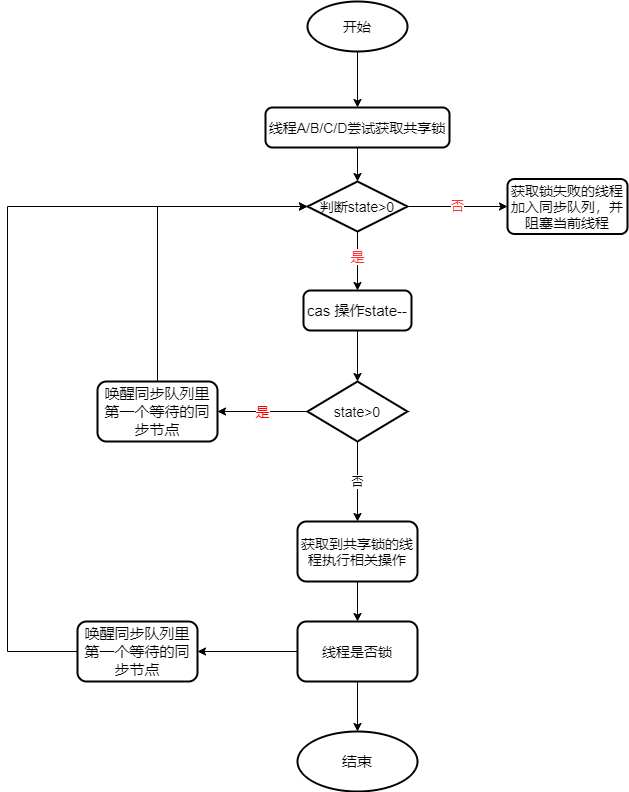
This is 共享锁获取流程图.drawio.png from weirjiang/blog.github.io, a draw.io export, as it was before one commit. Source tidied: cells renumbered, new cells last; positions are measured from the earlier drawing's top-left corner, leaving out a move shared by most shapes. Source of this version:
```xml
<mxGraphModel>
  <root>
    <mxCell id="0" />
    <mxCell id="1" parent="0" />
    <mxCell id="2" style="edgeStyle=orthogonalEdgeStyle;rounded=0;jettySize=auto;html=1;" parent="1" edge="1" source="3" target="5">
      <mxGeometry relative="1" as="geometry" />
    </mxCell>
    <mxCell id="3" value="&lt;font style=&quot;font-size: 14px&quot;&gt;开始&lt;/font&gt;" style="strokeWidth=2;html=1;shape=mxgraph.flowchart.start_2;whiteSpace=wrap;" parent="1" vertex="1">
      <mxGeometry x="300" width="100" height="50" as="geometry" />
    </mxCell>
    <mxCell id="4" style="edgeStyle=orthogonalEdgeStyle;rounded=0;jettySize=auto;html=1;" parent="1" edge="1" source="5" target="10">
      <mxGeometry relative="1" as="geometry" />
    </mxCell>
    <mxCell id="5" value="&lt;font style=&quot;font-size: 14px&quot;&gt;线程A/B/C/D尝试获取共享锁&lt;/font&gt;" style="rounded=1;whiteSpace=wrap;html=1;absoluteArcSize=1;arcSize=14;strokeWidth=2;" parent="1" vertex="1">
      <mxGeometry x="258" y="106" width="184" height="40" as="geometry" />
    </mxCell>
    <mxCell id="6" value="是" style="edgeStyle=orthogonalEdgeStyle;rounded=0;jettySize=auto;html=1;fontSize=14;fontColor=#FF3333;" parent="1" edge="1" target="8">
      <mxGeometry relative="1" as="geometry">
        <mxPoint x="350" y="220" as="sourcePoint" />
      </mxGeometry>
    </mxCell>
    <mxCell id="7" style="edgeStyle=orthogonalEdgeStyle;rounded=0;jettySize=auto;html=1;" parent="1" edge="1" source="8">
      <mxGeometry relative="1" as="geometry">
        <mxPoint x="350" y="380" as="targetPoint" />
      </mxGeometry>
    </mxCell>
    <mxCell id="8" value="&lt;font style=&quot;font-size: 15px&quot;&gt;cas&amp;nbsp;操作state--&lt;/font&gt;" style="rounded=1;whiteSpace=wrap;html=1;absoluteArcSize=1;arcSize=14;strokeWidth=2;" parent="1" vertex="1">
      <mxGeometry x="296" y="289" width="108" height="40" as="geometry" />
    </mxCell>
    <mxCell id="9" value="否" style="edgeStyle=orthogonalEdgeStyle;rounded=0;jettySize=auto;html=1;fontSize=13;fontColor=#FF3333;" parent="1" edge="1" source="10" target="11">
      <mxGeometry relative="1" as="geometry" />
    </mxCell>
    <mxCell id="10" value="&lt;font style=&quot;font-size: 14px&quot;&gt;判断state&amp;gt;0&lt;/font&gt;" style="strokeWidth=2;html=1;shape=mxgraph.flowchart.decision;whiteSpace=wrap;" parent="1" vertex="1">
      <mxGeometry x="300" y="180" width="100" height="50" as="geometry" />
    </mxCell>
    <mxCell id="11" value="&lt;font style=&quot;font-size: 14px&quot;&gt;获取锁失败的线程加入同步队列，并阻塞当前线程&lt;/font&gt;" style="rounded=1;whiteSpace=wrap;html=1;absoluteArcSize=1;arcSize=14;strokeWidth=2;" parent="1" vertex="1">
      <mxGeometry x="500" y="177.5" width="120" height="55" as="geometry" />
    </mxCell>
    <mxCell id="12" value="是" style="edgeStyle=orthogonalEdgeStyle;rounded=0;jettySize=auto;html=1;fontSize=14;fontColor=#FF0000;" parent="1" edge="1" source="14" target="16">
      <mxGeometry relative="1" as="geometry" />
    </mxCell>
    <mxCell id="13" value="否" style="edgeStyle=orthogonalEdgeStyle;rounded=0;jettySize=auto;html=1;" parent="1" edge="1" source="14" target="18">
      <mxGeometry relative="1" as="geometry" />
    </mxCell>
    <mxCell id="14" value="&lt;font style=&quot;font-size: 14px&quot;&gt;state&amp;gt;0&lt;/font&gt;" style="strokeWidth=2;html=1;shape=mxgraph.flowchart.decision;whiteSpace=wrap;" parent="1" vertex="1">
      <mxGeometry x="300" y="380" width="100" height="60" as="geometry" />
    </mxCell>
    <mxCell id="15" style="edgeStyle=orthogonalEdgeStyle;rounded=0;jettySize=auto;html=1;entryX=0;entryY=0.5;entryDx=0;entryDy=0;entryPerimeter=0;" parent="1" edge="1" source="16" target="10">
      <mxGeometry relative="1" as="geometry">
        <Array as="points">
          <mxPoint x="150" y="205" />
        </Array>
      </mxGeometry>
    </mxCell>
    <mxCell id="16" value="&lt;font style=&quot;font-size: 15px&quot;&gt;唤醒同步队列里第一个等待的同步节点&lt;/font&gt;" style="whiteSpace=wrap;html=1;strokeWidth=2;rounded=1;" parent="1" vertex="1">
      <mxGeometry x="90" y="380" width="120" height="60" as="geometry" />
    </mxCell>
    <mxCell id="17" style="edgeStyle=orthogonalEdgeStyle;rounded=0;jettySize=auto;html=1;" parent="1" edge="1" source="18" target="21">
      <mxGeometry relative="1" as="geometry" />
    </mxCell>
    <mxCell id="18" value="&lt;font style=&quot;font-size: 14px&quot;&gt;获取到共享锁的线程执行相关操作&lt;/font&gt;" style="whiteSpace=wrap;html=1;strokeWidth=2;rounded=1;glass=0;sketch=0;shadow=0;" parent="1" vertex="1">
      <mxGeometry x="290" y="520" width="120" height="60" as="geometry" />
    </mxCell>
    <mxCell id="19" style="edgeStyle=orthogonalEdgeStyle;rounded=0;jettySize=auto;html=1;" parent="1" edge="1" source="21" target="23">
      <mxGeometry relative="1" as="geometry" />
    </mxCell>
    <mxCell id="20" style="edgeStyle=orthogonalEdgeStyle;rounded=0;jettySize=auto;html=1;" parent="1" edge="1" source="21" target="24">
      <mxGeometry relative="1" as="geometry" />
    </mxCell>
    <mxCell id="21" value="&lt;font style=&quot;font-size: 14px&quot;&gt;线程是否锁&lt;/font&gt;" style="whiteSpace=wrap;html=1;rounded=1;shadow=0;strokeWidth=2;glass=0;sketch=0;" parent="1" vertex="1">
      <mxGeometry x="290" y="620" width="120" height="60" as="geometry" />
    </mxCell>
    <mxCell id="22" style="edgeStyle=orthogonalEdgeStyle;rounded=0;jettySize=auto;html=1;entryX=0;entryY=0.5;entryDx=0;entryDy=0;entryPerimeter=0;" parent="1" edge="1" source="23" target="10">
      <mxGeometry relative="1" as="geometry">
        <Array as="points">
          <mxPoint y="650" />
          <mxPoint y="205" />
        </Array>
      </mxGeometry>
    </mxCell>
    <mxCell id="23" value="&lt;span&gt;&lt;font style=&quot;font-size: 15px&quot;&gt;唤醒同步队列里第一个等待的同步节点&lt;/font&gt;&lt;/span&gt;" style="rounded=1;whiteSpace=wrap;html=1;shadow=0;strokeWidth=2;glass=0;sketch=0;" parent="1" vertex="1">
      <mxGeometry x="70" y="620" width="120" height="60" as="geometry" />
    </mxCell>
    <mxCell id="24" value="&lt;font style=&quot;font-size: 15px&quot;&gt;结束&lt;/font&gt;" style="ellipse;whiteSpace=wrap;html=1;rounded=1;shadow=0;strokeWidth=2;glass=0;sketch=0;" parent="1" vertex="1">
      <mxGeometry x="290" y="730" width="120" height="60" as="geometry" />
    </mxCell>
  </root>
</mxGraphModel>
```
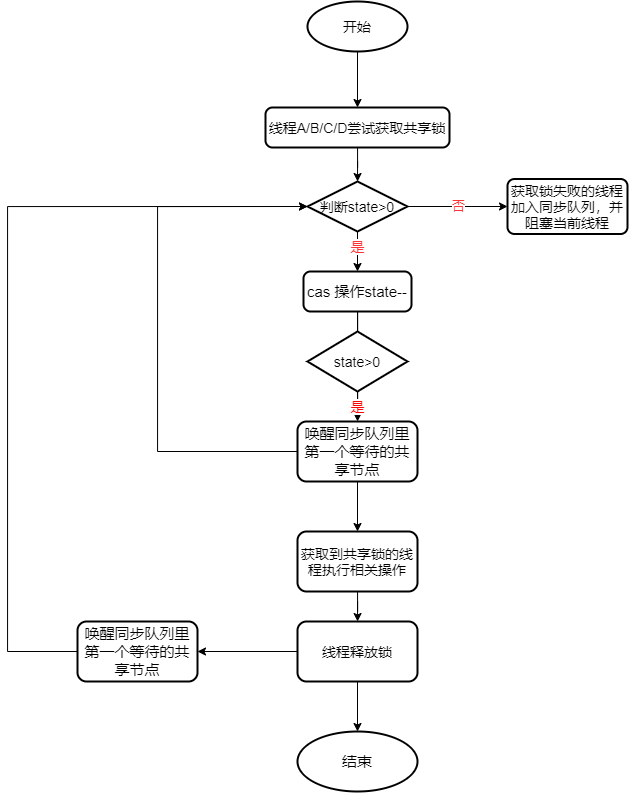
After the change.

Commit message:
更新共享锁获取流程图.drawio.png

The edit, as a diff of the source:
```diff
@@ -19,13 +19,13 @@
         <mxPoint x="350" y="220" as="sourcePoint" />
       </mxGeometry>
     </mxCell>
-    <mxCell id="7" style="edgeStyle=orthogonalEdgeStyle;rounded=0;jettySize=auto;html=1;" parent="1" edge="1" source="8">
+    <mxCell id="7" style="edgeStyle=orthogonalEdgeStyle;rounded=0;jettySize=auto;html=1;startArrow=none;" parent="1" edge="1" source="14">
       <mxGeometry relative="1" as="geometry">
         <mxPoint x="350" y="380" as="targetPoint" />
       </mxGeometry>
     </mxCell>
     <mxCell id="8" value="&lt;font style=&quot;font-size: 15px&quot;&gt;cas&amp;nbsp;操作state--&lt;/font&gt;" style="rounded=1;whiteSpace=wrap;html=1;absoluteArcSize=1;arcSize=14;strokeWidth=2;" parent="1" vertex="1">
-      <mxGeometry x="296" y="289" width="108" height="40" as="geometry" />
+      <mxGeometry x="296" y="270" width="108" height="40" as="geometry" />
     </mxCell>
     <mxCell id="9" value="否" style="edgeStyle=orthogonalEdgeStyle;rounded=0;jettySize=auto;html=1;fontSize=13;fontColor=#FF3333;" parent="1" edge="1" source="10" target="11">
       <mxGeometry relative="1" as="geometry" />
@@ -39,12 +39,6 @@
     <mxCell id="12" value="是" style="edgeStyle=orthogonalEdgeStyle;rounded=0;jettySize=auto;html=1;fontSize=14;fontColor=#FF0000;" parent="1" edge="1" source="14" target="16">
       <mxGeometry relative="1" as="geometry" />
     </mxCell>
-    <mxCell id="13" value="否" style="edgeStyle=orthogonalEdgeStyle;rounded=0;jettySize=auto;html=1;" parent="1" edge="1" source="14" target="18">
-      <mxGeometry relative="1" as="geometry" />
-    </mxCell>
-    <mxCell id="14" value="&lt;font style=&quot;font-size: 14px&quot;&gt;state&amp;gt;0&lt;/font&gt;" style="strokeWidth=2;html=1;shape=mxgraph.flowchart.decision;whiteSpace=wrap;" parent="1" vertex="1">
-      <mxGeometry x="300" y="380" width="100" height="60" as="geometry" />
-    </mxCell>
     <mxCell id="15" style="edgeStyle=orthogonalEdgeStyle;rounded=0;jettySize=auto;html=1;entryX=0;entryY=0.5;entryDx=0;entryDy=0;entryPerimeter=0;" parent="1" edge="1" source="16" target="10">
       <mxGeometry relative="1" as="geometry">
         <Array as="points">
@@ -52,14 +46,17 @@
         </Array>
       </mxGeometry>
     </mxCell>
+    <mxCell id="25" style="edgeStyle=orthogonalEdgeStyle;rounded=0;jettySize=auto;html=1;" parent="1" edge="1" source="16" target="18">
+      <mxGeometry relative="1" as="geometry" />
+    </mxCell>
-    <mxCell id="16" value="&lt;font style=&quot;font-size: 15px&quot;&gt;唤醒同步队列里第一个等待的同步节点&lt;/font&gt;" style="whiteSpace=wrap;html=1;strokeWidth=2;rounded=1;" parent="1" vertex="1">
-      <mxGeometry x="90" y="380" width="120" height="60" as="geometry" />
+    <mxCell id="16" value="&lt;font style=&quot;font-size: 15px&quot;&gt;唤醒同步队列里第一个等待的共享节点&lt;/font&gt;" style="whiteSpace=wrap;html=1;strokeWidth=2;rounded=1;" parent="1" vertex="1">
+      <mxGeometry x="290" y="420" width="120" height="60" as="geometry" />
     </mxCell>
     <mxCell id="17" style="edgeStyle=orthogonalEdgeStyle;rounded=0;jettySize=auto;html=1;" parent="1" edge="1" source="18" target="21">
       <mxGeometry relative="1" as="geometry" />
     </mxCell>
     <mxCell id="18" value="&lt;font style=&quot;font-size: 14px&quot;&gt;获取到共享锁的线程执行相关操作&lt;/font&gt;" style="whiteSpace=wrap;html=1;strokeWidth=2;rounded=1;glass=0;sketch=0;shadow=0;" parent="1" vertex="1">
-      <mxGeometry x="290" y="520" width="120" height="60" as="geometry" />
+      <mxGeometry x="290" y="530" width="120" height="60" as="geometry" />
     </mxCell>
     <mxCell id="19" style="edgeStyle=orthogonalEdgeStyle;rounded=0;jettySize=auto;html=1;" parent="1" edge="1" source="21" target="23">
       <mxGeometry relative="1" as="geometry" />
@@ -67,7 +64,7 @@
     <mxCell id="20" style="edgeStyle=orthogonalEdgeStyle;rounded=0;jettySize=auto;html=1;" parent="1" edge="1" source="21" target="24">
       <mxGeometry relative="1" as="geometry" />
     </mxCell>
-    <mxCell id="21" value="&lt;font style=&quot;font-size: 14px&quot;&gt;线程是否锁&lt;/font&gt;" style="whiteSpace=wrap;html=1;rounded=1;shadow=0;strokeWidth=2;glass=0;sketch=0;" parent="1" vertex="1">
+    <mxCell id="21" value="&lt;font style=&quot;font-size: 14px&quot;&gt;线程释放锁&lt;/font&gt;" style="whiteSpace=wrap;html=1;rounded=1;shadow=0;strokeWidth=2;glass=0;sketch=0;" parent="1" vertex="1">
       <mxGeometry x="290" y="620" width="120" height="60" as="geometry" />
     </mxCell>
     <mxCell id="22" style="edgeStyle=orthogonalEdgeStyle;rounded=0;jettySize=auto;html=1;entryX=0;entryY=0.5;entryDx=0;entryDy=0;entryPerimeter=0;" parent="1" edge="1" source="23" target="10">
@@ -78,11 +75,17 @@
         </Array>
       </mxGeometry>
     </mxCell>
-    <mxCell id="23" value="&lt;span&gt;&lt;font style=&quot;font-size: 15px&quot;&gt;唤醒同步队列里第一个等待的同步节点&lt;/font&gt;&lt;/span&gt;" style="rounded=1;whiteSpace=wrap;html=1;shadow=0;strokeWidth=2;glass=0;sketch=0;" parent="1" vertex="1">
+    <mxCell id="23" value="&lt;span&gt;&lt;font style=&quot;font-size: 15px&quot;&gt;唤醒同步队列里第一个等待的共享节点&lt;/font&gt;&lt;/span&gt;" style="rounded=1;whiteSpace=wrap;html=1;shadow=0;strokeWidth=2;glass=0;sketch=0;" parent="1" vertex="1">
       <mxGeometry x="70" y="620" width="120" height="60" as="geometry" />
     </mxCell>
     <mxCell id="24" value="&lt;font style=&quot;font-size: 15px&quot;&gt;结束&lt;/font&gt;" style="ellipse;whiteSpace=wrap;html=1;rounded=1;shadow=0;strokeWidth=2;glass=0;sketch=0;" parent="1" vertex="1">
       <mxGeometry x="290" y="730" width="120" height="60" as="geometry" />
     </mxCell>
+    <mxCell id="14" value="&lt;font style=&quot;font-size: 14px&quot;&gt;state&amp;gt;0&lt;/font&gt;" style="strokeWidth=2;html=1;shape=mxgraph.flowchart.decision;whiteSpace=wrap;" parent="1" vertex="1">
+      <mxGeometry x="300" y="330" width="100" height="60" as="geometry" />
+    </mxCell>
+    <mxCell id="26" style="edgeStyle=orthogonalEdgeStyle;rounded=0;jettySize=auto;html=1;endArrow=none;" parent="1" edge="1" source="8" target="14">
+      <mxGeometry relative="1" as="geometry" />
+    </mxCell>
   </root>
 </mxGraphModel>
```
